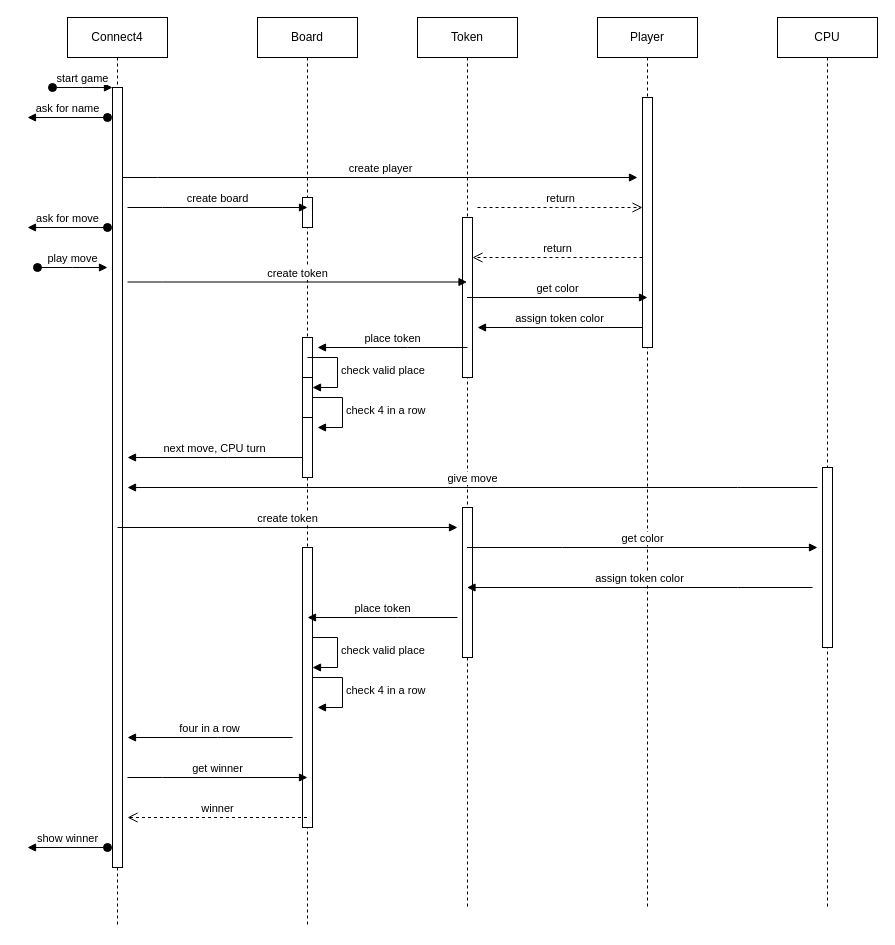
This is Untitled Diagram.drawio from drew-fitz/hello-world, a draw.io file, before an edit. Source tidied: cells renumbered, new cells numbered last; positions are measured from the earlier drawing's top-left corner, leaving out a move shared by most shapes. Both pictures are drawn from the tidied source at 100%, with x=0, y=0 at pixel (27, 17).
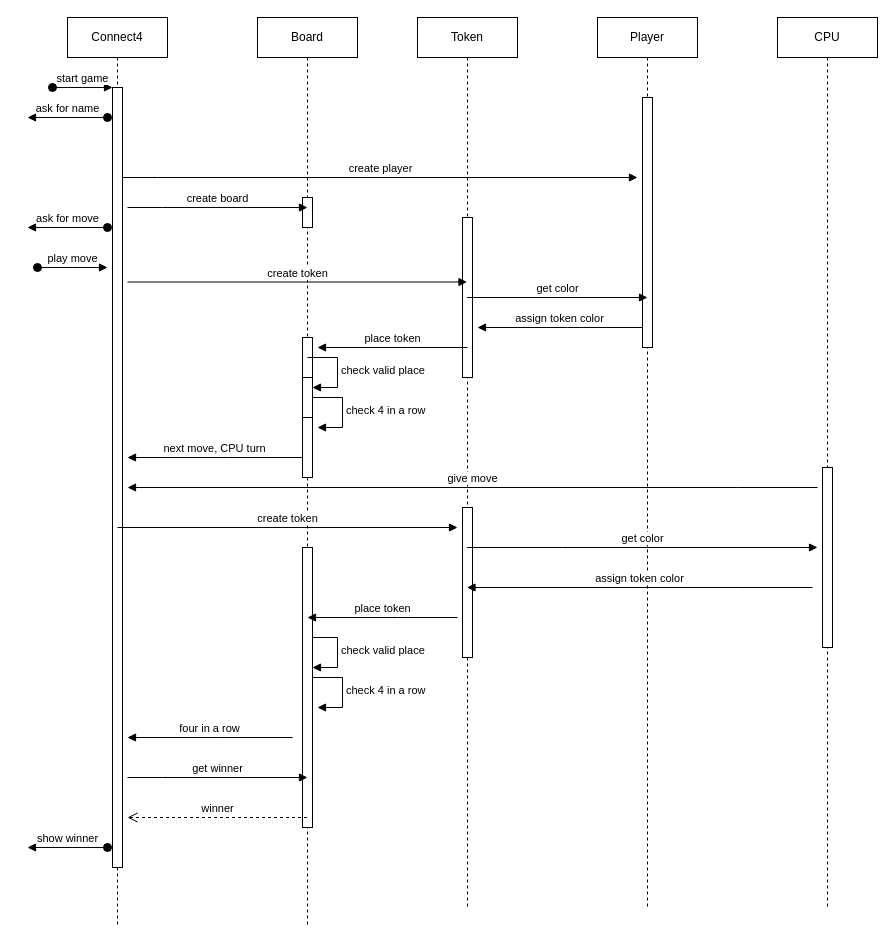
The same diagram, later.

Unchanged cells that the change refers to:
```xml
<mxCell id="18" style="html=1;points=[];perimeter=orthogonalPerimeter;outlineConnect=0;targetShapes=umlLifeline;portConstraint=eastwest;newEdgeStyle={&quot;edgeStyle&quot;:&quot;elbowEdgeStyle&quot;,&quot;elbow&quot;:&quot;vertical&quot;,&quot;curved&quot;:0,&quot;rounded&quot;:0};" parent="17" vertex="1">
  <mxGeometry x="45" y="200" width="10" height="160" as="geometry" />
</mxCell>
<mxCell id="21" style="html=1;points=[];perimeter=orthogonalPerimeter;outlineConnect=0;targetShapes=umlLifeline;portConstraint=eastwest;newEdgeStyle={&quot;edgeStyle&quot;:&quot;elbowEdgeStyle&quot;,&quot;elbow&quot;:&quot;vertical&quot;,&quot;curved&quot;:0,&quot;rounded&quot;:0};" parent="20" vertex="1">
  <mxGeometry x="45" y="80" width="10" height="250" as="geometry" />
</mxCell>
```

Change to the diagram source:
```diff
@@
-    <mxCell id="22" value="return" style="html=1;verticalAlign=bottom;endArrow=open;dashed=1;endSize=8;edgeStyle=elbowEdgeStyle;elbow=vertical;curved=0;rounded=0;" parent="1" edge="1" source="21" target="18">
-      <mxGeometry relative="1" as="geometry">
-        <Array as="points">
-          <mxPoint x="540" y="240" />
-        </Array>
-      </mxGeometry>
-    </mxCell>
-    <mxCell id="23" value="return" style="html=1;verticalAlign=bottom;endArrow=open;dashed=1;endSize=8;edgeStyle=elbowEdgeStyle;elbow=vertical;curved=0;rounded=0;" parent="1" edge="1" target="21">
-      <mxGeometry relative="1" as="geometry">
-        <mxPoint x="450" y="190" as="sourcePoint" />
-        <Array as="points">
-          <mxPoint x="530" y="190" />
-        </Array>
-      </mxGeometry>
-    </mxCell>
```
